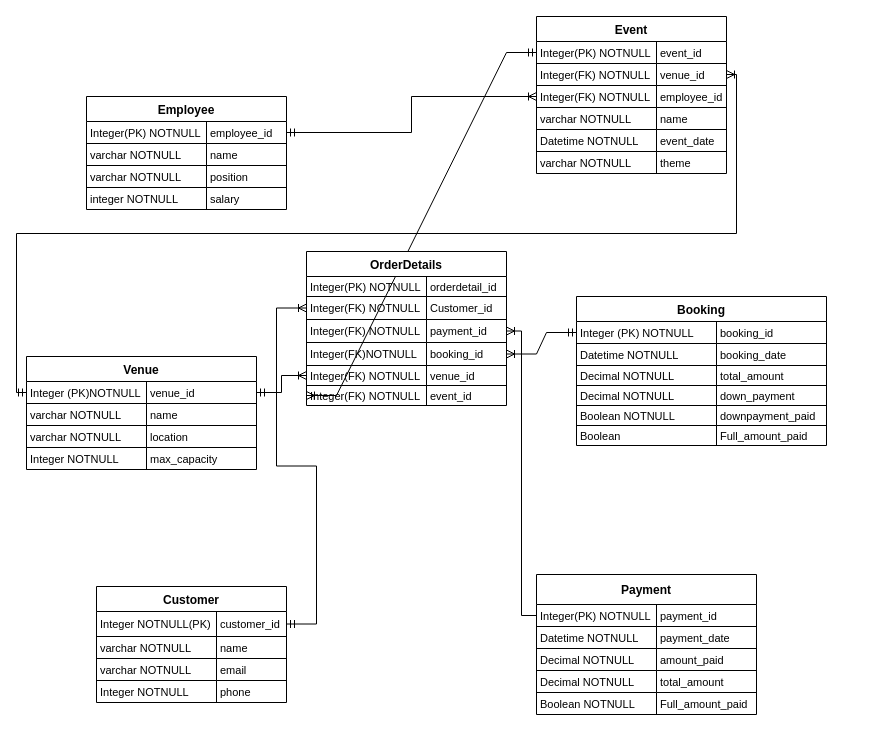
The draw.io diagram page "Page-1" (1 of 2) of F1_Capstone1_ER_Diagram.drawio in Hazan313/Capstone_1_SQL_W4_Exercises, before the edit. Source tidied: cells renumbered, new cells numbered last; positions are measured from the earlier drawing's top-left corner, leaving out a move shared by most shapes. Both pictures are drawn from the tidied source at 100%, with x=0, y=0 at pixel (26, 16).
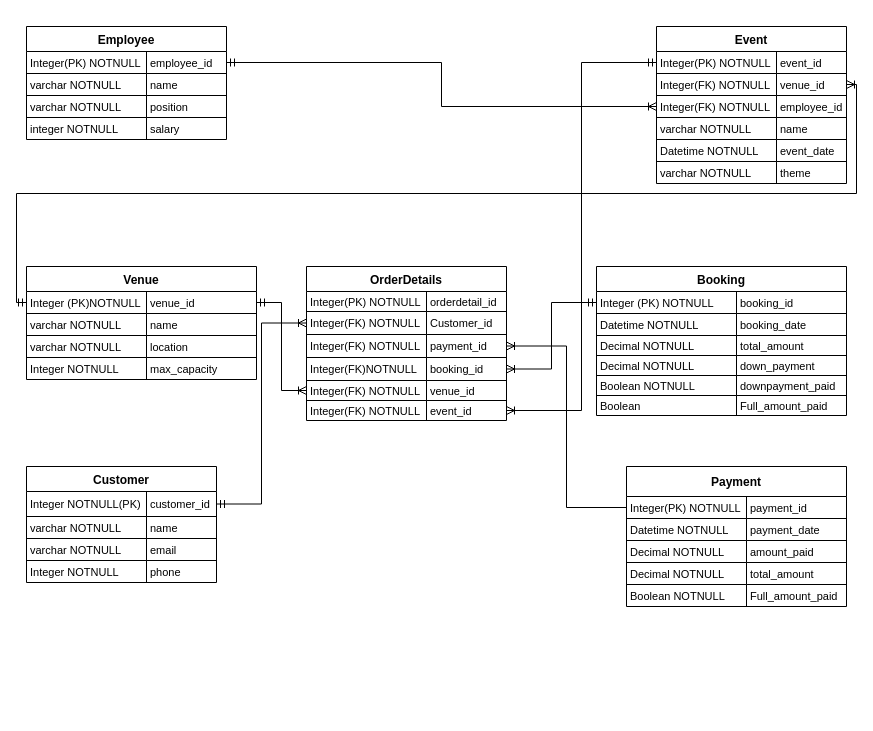
Above is the later version.

The change refers to these unchanged cells:
```xml
<mxCell id="5" style="shape=tableRow;horizontal=0;startSize=0;swimlaneHead=0;swimlaneBody=0;fillColor=none;points=[[0,0.5],[1,0.5]];portConstraint=eastwest;top=0;left=0;right=0;bottom=0;" parent="4" vertex="1">
  <mxGeometry y="25" width="190" height="25" as="geometry" />
</mxCell>
<mxCell id="18" style="shape=tableRow;horizontal=0;startSize=0;swimlaneHead=0;swimlaneBody=0;fillColor=none;points=[[0,0.5],[1,0.5]];portConstraint=eastwest;top=0;left=0;right=0;bottom=0;" parent="17" vertex="1">
  <mxGeometry y="25" width="250" height="22" as="geometry" />
</mxCell>
<mxCell id="79" style="shape=tableRow;horizontal=0;startSize=0;swimlaneHead=0;swimlaneBody=0;fillColor=none;points=[[0,0.5],[1,0.5]];portConstraint=eastwest;top=0;left=0;right=0;bottom=0;" parent="78" vertex="1">
  <mxGeometry y="25" width="190" height="22" as="geometry" />
</mxCell>
<mxCell id="106" style="shape=tableRow;horizontal=0;startSize=0;swimlaneHead=0;swimlaneBody=0;fillColor=none;points=[[0,0.5],[1,0.5]];portConstraint=eastwest;top=0;left=0;right=0;bottom=0;" parent="102" vertex="1">
  <mxGeometry y="45" width="200" height="23" as="geometry" />
</mxCell>
<mxCell id="112" style="shape=tableRow;horizontal=0;startSize=0;swimlaneHead=0;swimlaneBody=0;fillColor=none;points=[[0,0.5],[1,0.5]];portConstraint=eastwest;top=0;left=0;right=0;bottom=0;" parent="102" vertex="1">
  <mxGeometry y="91" width="200" height="23" as="geometry" />
</mxCell>
<mxCell id="118" style="shape=tableRow;horizontal=0;startSize=0;swimlaneHead=0;swimlaneBody=0;fillColor=none;points=[[0,0.5],[1,0.5]];portConstraint=eastwest;top=0;left=0;right=0;bottom=0;" parent="102" vertex="1">
  <mxGeometry y="134" width="200" height="20" as="geometry" />
</mxCell>
```

The edit, as a diff of the source:
```diff
@@
-    <mxCell id="2" style="edgeStyle=entityRelationEdgeStyle;fontSize=12;html=1;endArrow=ERoneToMany;startArrow=ERmandOne;rounded=0;exitX=0;exitY=0.5;exitDx=0;exitDy=0;entryX=0;entryY=0.5;entryDx=0;entryDy=0;" parent="1" edge="1" source="79" target="118">
+    <mxCell id="2" style="edgeStyle=orthogonalEdgeStyle;fontSize=12;html=1;endArrow=ERoneToMany;startArrow=ERmandOne;rounded=0;exitX=0;exitY=0.5;exitDx=0;exitDy=0;entryX=1;entryY=0.5;entryDx=0;entryDy=0;" parent="1" edge="1" source="79" target="118">
       <mxGeometry relative="1" as="geometry" />
     </mxCell>
@@
     <mxCell id="4" value="Customer" style="shape=table;startSize=25;childLayout=tableLayout;rowLines=1;fontStyle=1;align=center;" parent="1" vertex="1">
-      <mxGeometry x="70" y="570" width="190" height="116" as="geometry" />
+      <mxGeometry y="450" width="190" height="116" as="geometry" />
     </mxCell>
@@
     <mxCell id="17" value="Booking" style="shape=table;startSize=25;childLayout=tableLayout;rowLines=1;fontStyle=1;align=center;" parent="1" vertex="1">
-      <mxGeometry x="550" y="280" width="250" height="149" as="geometry" />
+      <mxGeometry x="570" y="250" width="250" height="149" as="geometry" />
     </mxCell>
@@
     <mxCell id="36" value="Employee" style="shape=table;startSize=25;childLayout=tableLayout;rowLines=1;fontStyle=1;align=center;" parent="1" vertex="1">
-      <mxGeometry x="60" y="80" width="200" height="113" as="geometry" />
+      <mxGeometry y="10" width="200" height="113" as="geometry" />
     </mxCell>
@@
     <mxCell id="49" value="Payment" style="shape=table;startSize=30;childLayout=tableLayout;rowLines=1;fontStyle=1;align=center;" parent="1" vertex="1">
-      <mxGeometry x="510" y="558" width="220" height="140" as="geometry" />
+      <mxGeometry x="600" y="450" width="220" height="140" as="geometry" />
     </mxCell>
@@
     <mxCell id="65" value="Venue" style="shape=table;startSize=25;childLayout=tableLayout;rowLines=1;fontStyle=1;align=center;" parent="1" vertex="1">
-      <mxGeometry y="340" width="230" height="113" as="geometry" />
+      <mxGeometry y="250" width="230" height="113" as="geometry" />
     </mxCell>
@@
     <mxCell id="78" value="Event" style="shape=table;startSize=25;childLayout=tableLayout;rowLines=1;fontStyle=1;align=center;" parent="1" vertex="1">
-      <mxGeometry x="510" width="190" height="157" as="geometry" />
+      <mxGeometry x="630" y="10" width="190" height="157" as="geometry" />
     </mxCell>
@@
-    <mxCell id="97" style="edgeStyle=entityRelationEdgeStyle;fontSize=12;html=1;endArrow=ERoneToMany;startArrow=ERmandOne;rounded=0;exitX=1;exitY=0.5;exitDx=0;exitDy=0;entryX=0;entryY=0.5;entryDx=0;entryDy=0;" parent="1" edge="1" source="5" target="106">
-      <mxGeometry relative="1" as="geometry">
-        <Array as="points">
-          <mxPoint x="220" y="700" />
-        </Array>
-      </mxGeometry>
+    <mxCell id="97" style="edgeStyle=orthogonalEdgeStyle;fontSize=12;html=1;endArrow=ERoneToMany;startArrow=ERmandOne;rounded=0;exitX=1;exitY=0.5;exitDx=0;exitDy=0;entryX=0;entryY=0.5;entryDx=0;entryDy=0;" parent="1" edge="1" source="5" target="106">
+      <mxGeometry relative="1" as="geometry" />
     </mxCell>
@@
-    <mxCell id="99" style="edgeStyle=entityRelationEdgeStyle;fontSize=12;html=1;endArrow=ERoneToMany;startArrow=ERmandOne;rounded=0;entryX=1;entryY=0.5;entryDx=0;entryDy=0;exitX=0;exitY=0.5;exitDx=0;exitDy=0;" parent="1" edge="1" source="18" target="112">
+    <mxCell id="99" style="edgeStyle=orthogonalEdgeStyle;fontSize=12;html=1;endArrow=ERoneToMany;startArrow=ERmandOne;rounded=0;entryX=1;entryY=0.5;entryDx=0;entryDy=0;exitX=0;exitY=0.5;exitDx=0;exitDy=0;" parent="1" edge="1" source="18" target="112">
       <mxGeometry relative="1" as="geometry" />
     </mxCell>
@@
     <mxCell id="102" value="OrderDetails" style="shape=table;startSize=25;childLayout=tableLayout;rowLines=1;fontStyle=1;align=center;" parent="1" vertex="1">
-      <mxGeometry x="280" y="235" width="200" height="154" as="geometry" />
+      <mxGeometry x="280" y="250" width="200" height="154" as="geometry" />
     </mxCell>
```
